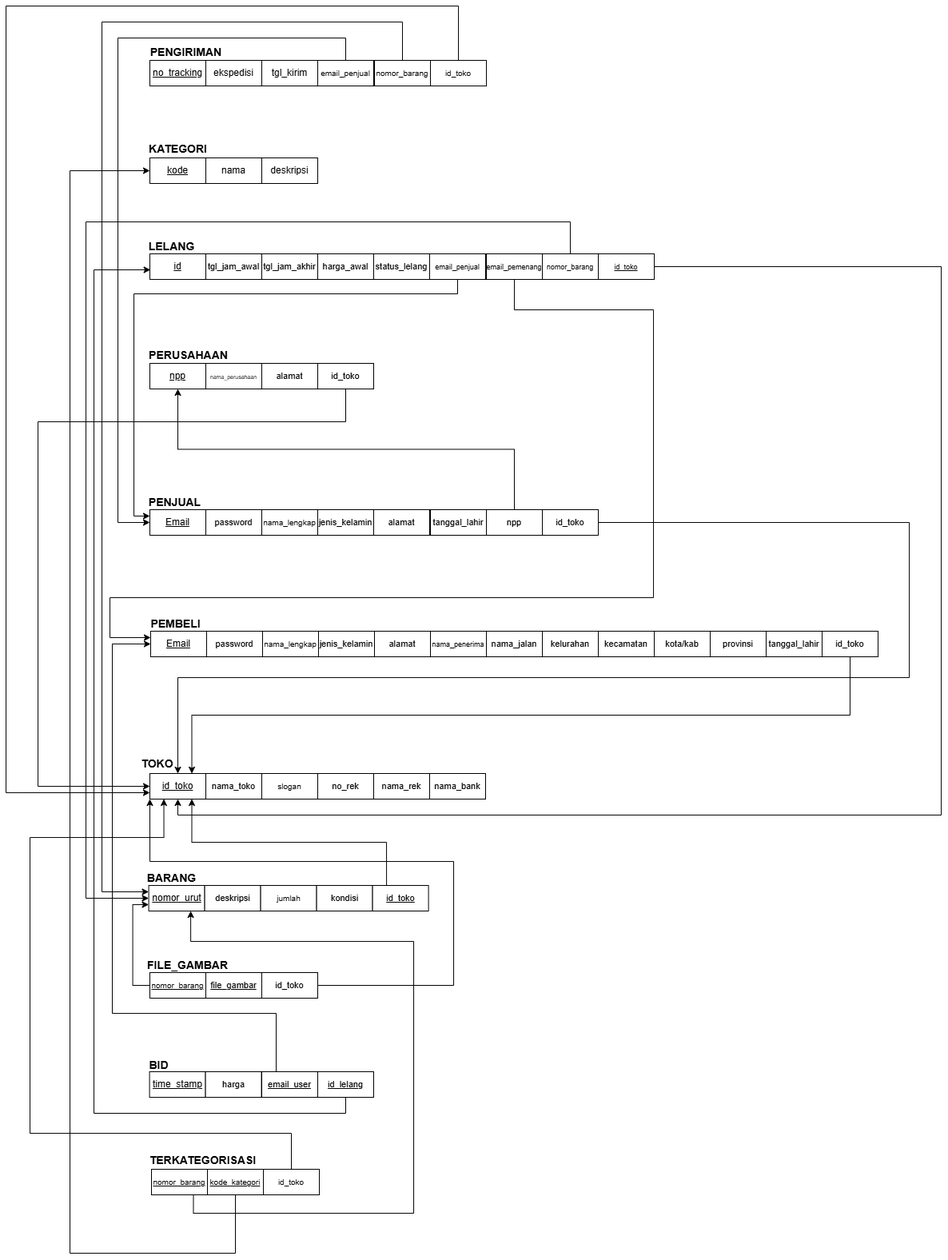
The draw.io diagram ti2_basdat.drawio.png in anthef/anthef, before a commit. Source tidied: cells renumbered, new cells last; positions are measured from the earlier drawing's top-left corner, leaving out a move shared by most shapes.
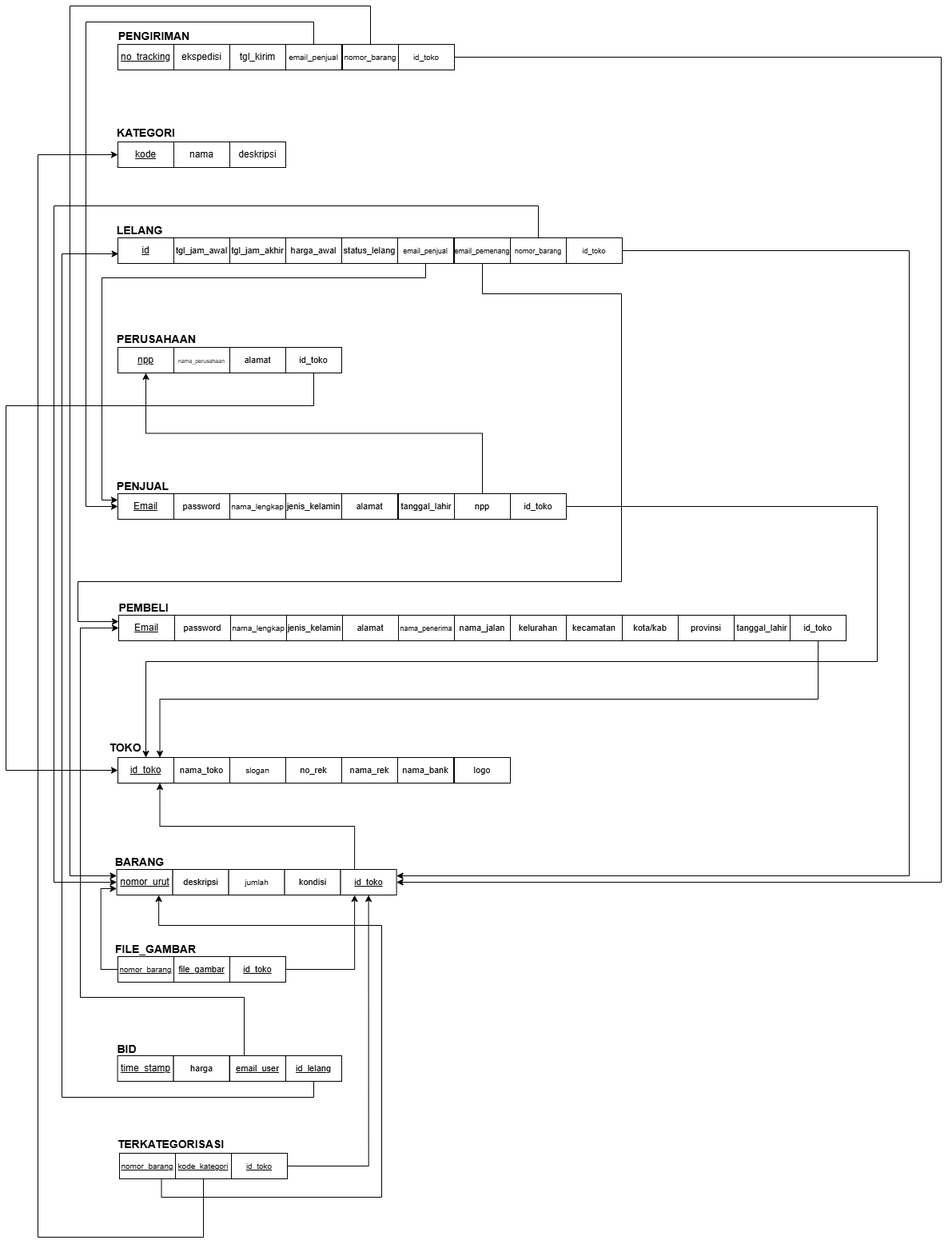
After the change.

The edit, as a diff of the source:
```diff
@@ -332,7 +332,7 @@
     <mxCell id="96" value="&lt;font style=&quot;font-size: 10px;&quot;&gt;&lt;u&gt;kode_kategori&lt;/u&gt;&lt;/font&gt;" style="rounded=0;whiteSpace=wrap;html=1;" parent="93" vertex="1">
       <mxGeometry x="83" y="30" width="70" height="32" as="geometry" />
     </mxCell>
-    <mxCell id="97" value="&lt;span style=&quot;font-size: 10px;&quot;&gt;id_toko&lt;/span&gt;" style="rounded=0;whiteSpace=wrap;html=1;" parent="93" vertex="1">
+    <mxCell id="97" value="&lt;span style=&quot;font-size: 10px;&quot;&gt;&lt;u&gt;id_toko&lt;/u&gt;&lt;/span&gt;" style="rounded=0;whiteSpace=wrap;html=1;" parent="93" vertex="1">
       <mxGeometry x="153" y="30" width="70" height="32" as="geometry" />
     </mxCell>
     <mxCell id="98" style="edgeStyle=orthogonalEdgeStyle;rounded=0;jettySize=auto;html=1;exitX=0.75;exitY=1;exitDx=0;exitDy=0;entryX=0.75;entryY=1;entryDx=0;entryDy=0;" parent="1" edge="1" source="95" target="62">
@@ -390,51 +390,39 @@
     <mxCell id="107" value="&lt;font style=&quot;font-size: 11px;&quot;&gt;npp&lt;/font&gt;" style="rounded=0;whiteSpace=wrap;html=1;" parent="1" vertex="1">
       <mxGeometry x="601" y="630" width="70" height="32" as="geometry" />
     </mxCell>
-    <mxCell id="108" style="edgeStyle=orthogonalEdgeStyle;rounded=0;jettySize=auto;html=1;exitX=0.5;exitY=0;exitDx=0;exitDy=0;entryX=0;entryY=0.75;entryDx=0;entryDy=0;" parent="1" edge="1" source="109" target="52">
-      <mxGeometry relative="1" as="geometry">
-        <Array as="points">
-          <mxPoint x="566" />
-          <mxPoint />
-          <mxPoint y="984" />
-        </Array>
-      </mxGeometry>
-    </mxCell>
+    <mxCell id="115" style="edgeStyle=orthogonalEdgeStyle;rounded=0;jettySize=auto;html=1;exitX=1;exitY=0.5;exitDx=0;exitDy=0;entryX=1;entryY=0.5;entryDx=0;entryDy=0;" parent="1" edge="1" source="109" target="66">
+      <mxGeometry relative="1" as="geometry">
+        <Array as="points">
+          <mxPoint x="1210" y="84" />
+          <mxPoint x="1210" y="1116" />
+        </Array>
+      </mxGeometry>
+    </mxCell>
     <mxCell id="109" value="&lt;font style=&quot;font-size: 10px;&quot;&gt;id_toko&lt;/font&gt;" style="rounded=0;whiteSpace=wrap;html=1;" parent="1" vertex="1">
       <mxGeometry x="531" y="68" width="70" height="32" as="geometry" />
     </mxCell>
-    <mxCell id="110" style="edgeStyle=orthogonalEdgeStyle;rounded=0;jettySize=auto;html=1;exitX=1;exitY=0.5;exitDx=0;exitDy=0;entryX=0.5;entryY=1;entryDx=0;entryDy=0;" parent="1" edge="1" source="111" target="52">
-      <mxGeometry relative="1" as="geometry">
-        <Array as="points">
-          <mxPoint x="1170" y="326" />
-          <mxPoint x="1170" y="1012" />
-          <mxPoint x="215" y="1012" />
-        </Array>
-      </mxGeometry>
-    </mxCell>
+    <mxCell id="116" style="edgeStyle=orthogonalEdgeStyle;rounded=0;jettySize=auto;html=1;exitX=1;exitY=0.5;exitDx=0;exitDy=0;entryX=1;entryY=0.25;entryDx=0;entryDy=0;" parent="1" edge="1" source="111" target="66">
+      <mxGeometry relative="1" as="geometry">
+        <Array as="points">
+          <mxPoint x="1170" y="326" />
+          <mxPoint x="1170" y="1108" />
+        </Array>
+      </mxGeometry>
+    </mxCell>
-    <mxCell id="111" value="&lt;font style=&quot;font-size: 9px;&quot;&gt;&lt;u&gt;id_toko&lt;/u&gt;&lt;/font&gt;" style="rounded=0;whiteSpace=wrap;html=1;" parent="1" vertex="1">
+    <mxCell id="111" value="&lt;font style=&quot;font-size: 9px;&quot;&gt;id_toko&lt;/font&gt;" style="rounded=0;whiteSpace=wrap;html=1;" parent="1" vertex="1">
       <mxGeometry x="741" y="310" width="70" height="32" as="geometry" />
     </mxCell>
-    <mxCell id="112" style="edgeStyle=orthogonalEdgeStyle;rounded=0;jettySize=auto;html=1;exitX=0.5;exitY=0;exitDx=0;exitDy=0;entryX=0.25;entryY=1;entryDx=0;entryDy=0;" parent="1" edge="1" source="97" target="52">
-      <mxGeometry relative="1" as="geometry">
-        <Array as="points">
-          <mxPoint x="357" y="1410" />
-          <mxPoint x="30" y="1410" />
-          <mxPoint x="30" y="1040" />
-          <mxPoint x="198" y="1040" />
-        </Array>
-      </mxGeometry>
-    </mxCell>
-    <mxCell id="113" style="edgeStyle=orthogonalEdgeStyle;rounded=0;jettySize=auto;html=1;exitX=1;exitY=0.5;exitDx=0;exitDy=0;entryX=0;entryY=1;entryDx=0;entryDy=0;" parent="1" edge="1" source="114" target="52">
-      <mxGeometry relative="1" as="geometry">
-        <Array as="points">
-          <mxPoint x="560" y="1225" />
-          <mxPoint x="560" y="1070" />
-          <mxPoint x="180" y="1070" />
-        </Array>
-      </mxGeometry>
-    </mxCell>
+    <mxCell id="117" style="edgeStyle=orthogonalEdgeStyle;rounded=0;jettySize=auto;html=1;exitX=1;exitY=0.5;exitDx=0;exitDy=0;entryX=0.25;entryY=1;entryDx=0;entryDy=0;" parent="1" edge="1" source="114" target="66">
+      <mxGeometry relative="1" as="geometry" />
+    </mxCell>
-    <mxCell id="114" value="&lt;span style=&quot;font-size: 11px;&quot;&gt;id_toko&lt;/span&gt;" style="rounded=0;whiteSpace=wrap;html=1;" parent="1" vertex="1">
+    <mxCell id="114" value="&lt;span style=&quot;font-size: 11px;&quot;&gt;&lt;u&gt;id_toko&lt;/u&gt;&lt;/span&gt;" style="rounded=0;whiteSpace=wrap;html=1;" parent="1" vertex="1">
       <mxGeometry x="320" y="1209" width="70" height="32" as="geometry" />
     </mxCell>
+    <mxCell id="118" value="&lt;span style=&quot;font-size: 11px;&quot;&gt;logo&lt;/span&gt;" style="rounded=0;whiteSpace=wrap;html=1;" parent="1" vertex="1">
+      <mxGeometry x="601" y="960" width="70" height="32" as="geometry" />
+    </mxCell>
+    <mxCell id="119" style="edgeStyle=orthogonalEdgeStyle;rounded=0;jettySize=auto;html=1;exitX=1;exitY=0.5;exitDx=0;exitDy=0;entryX=0.5;entryY=1;entryDx=0;entryDy=0;" parent="1" edge="1" source="97" target="66">
+      <mxGeometry relative="1" as="geometry" />
+    </mxCell>
   </root>
 </mxGraphModel>
```
